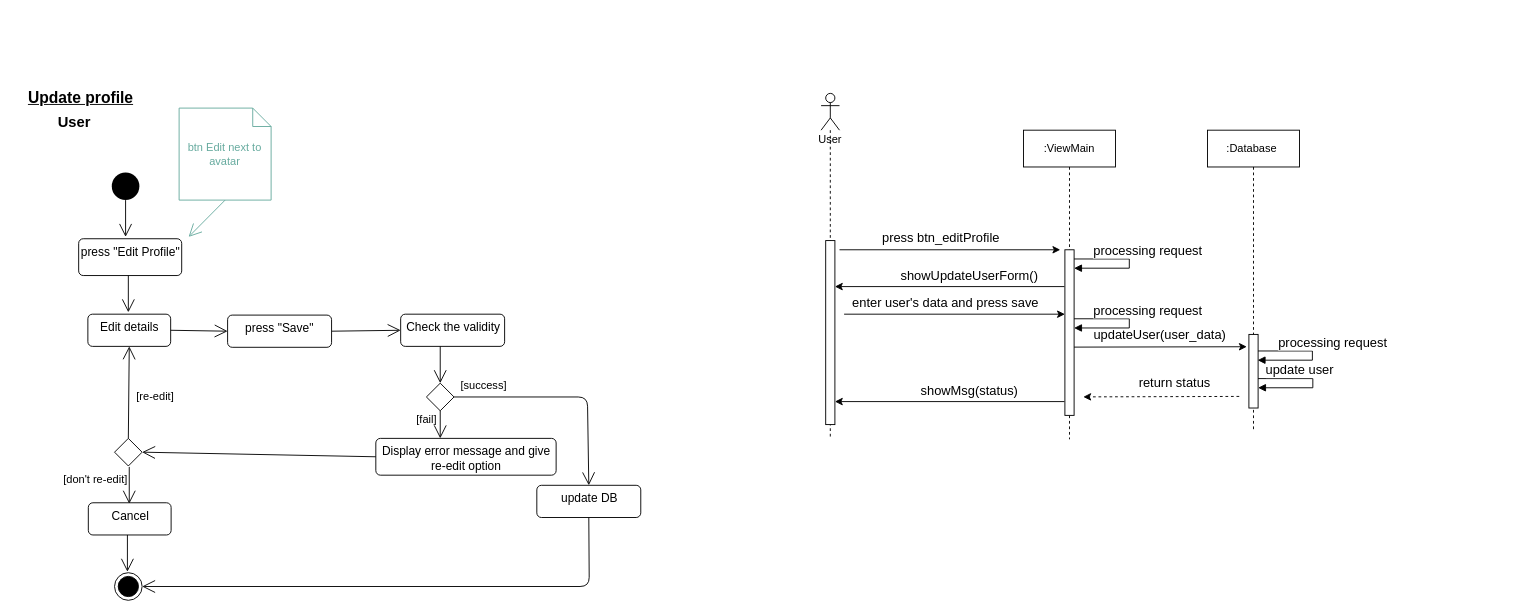
Above: page "update user" (7 of 8) of activity_diagram.drawio in alsousha/projectFinish (draw.io), before the change. Source tidied: cells renumbered, new cells numbered last; positions are measured from the earlier drawing's top-left corner, leaving out a move shared by most shapes. Both pictures are drawn from the tidied source at 92%, with x=0, y=0 at pixel (16, 85).
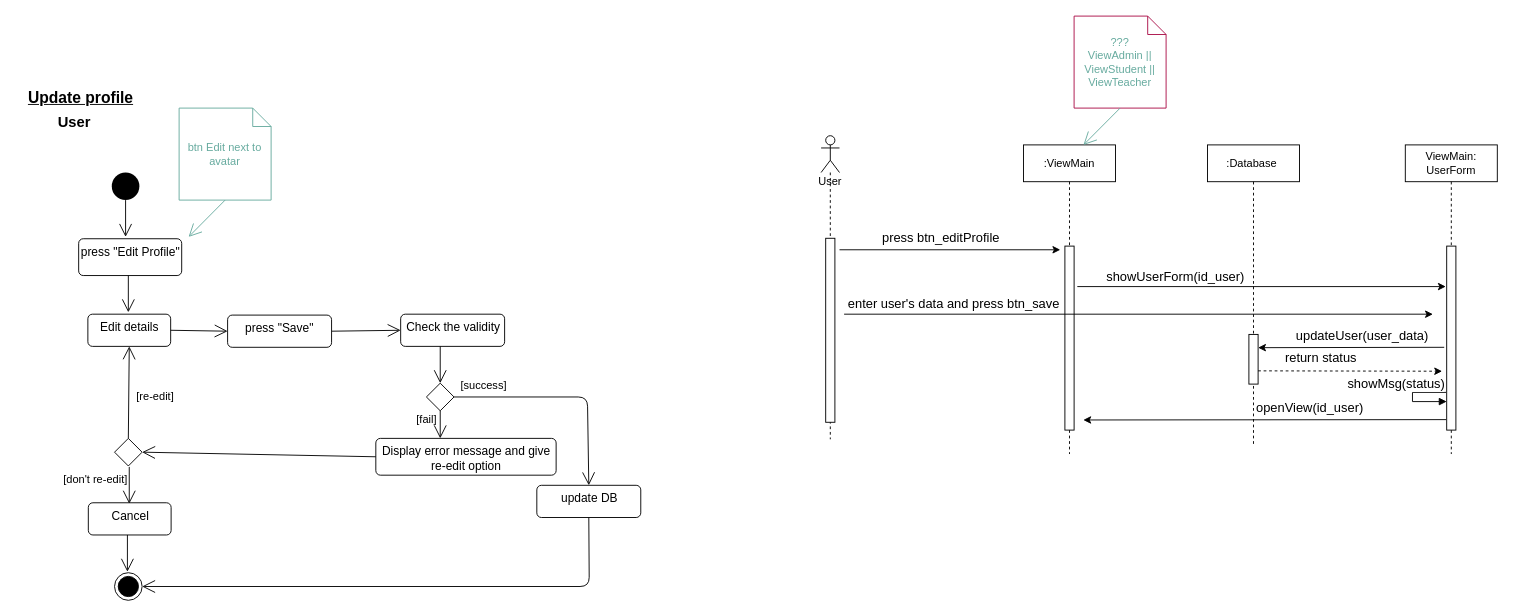
The same page after the edit.

The edit, as a diff of the source:
```diff
@@
     <mxCell id="33" value="User" style="shape=umlLifeline;participant=umlActor;perimeter=lifelinePerimeter;whiteSpace=wrap;html=1;verticalAlign=top;spacingTop=36;" parent="1" vertex="1">
-      <mxGeometry x="875" y="9" width="20" height="376" as="geometry" />
+      <mxGeometry x="875" y="55" width="20" height="330" as="geometry" />
     </mxCell>
     <mxCell id="34" style="html=1;perimeter=orthogonalPerimeter;" parent="33" vertex="1">
-      <mxGeometry x="5" y="160" width="10" height="200" as="geometry" />
+      <mxGeometry x="5" y="111.5" width="10" height="200" as="geometry" />
     </mxCell>
     <mxCell id="35" value=":ViewMain" style="shape=umlLifeline;perimeter=lifelinePerimeter;whiteSpace=wrap;html=1;" parent="1" vertex="1">
-      <mxGeometry x="1095" y="49" width="100" height="336" as="geometry" />
+      <mxGeometry x="1095" y="65" width="100" height="336" as="geometry" />
     </mxCell>
     <mxCell id="36" style="html=1;perimeter=orthogonalPerimeter;" parent="35" vertex="1">
-      <mxGeometry x="45" y="130" width="10" height="180" as="geometry" />
+      <mxGeometry x="45" y="110" width="10" height="200" as="geometry" />
     </mxCell>
     <mxCell id="37" value=":Database&amp;nbsp;" style="shape=umlLifeline;perimeter=lifelinePerimeter;whiteSpace=wrap;html=1;" parent="1" vertex="1">
-      <mxGeometry x="1295" y="49" width="100" height="326" as="geometry" />
+      <mxGeometry x="1295" y="65" width="100" height="326" as="geometry" />
     </mxCell>
     <mxCell id="38" style="endArrow=classic;html=1;" parent="1" edge="1">
       <mxGeometry relative="1" as="geometry">
-        <mxPoint x="1139.5" y="219" as="sourcePoint" />
-        <mxPoint x="890" y="219" as="targetPoint" />
+        <mxPoint x="1153.5" y="219" as="sourcePoint" />
+        <mxPoint x="1554" y="219" as="targetPoint" />
       </mxGeometry>
     </mxCell>
-    <mxCell id="39" value="&lt;font style=&quot;font-size: 14px&quot;&gt;showUpdateUserForm()&lt;/font&gt;" style="edgeLabel;html=1;align=center;verticalAlign=middle;" parent="38" vertex="1">
+    <mxCell id="39" value="&lt;font style=&quot;font-size: 14px&quot;&gt;showUserForm(id_user)&lt;/font&gt;" style="edgeLabel;html=1;align=center;verticalAlign=middle;" parent="38" vertex="1">
       <mxGeometry x="-0.38" y="6" relative="1" as="geometry">
-        <mxPoint x="-27.5" y="-19" as="offset" />
+        <mxPoint x="-18.5" y="-6" as="offset" />
       </mxGeometry>
     </mxCell>
@@
-    <mxCell id="42" style="edgeStyle=orthogonalEdgeStyle;html=1;align=left;spacingLeft=2;endArrow=block;rounded=0;strokeColor=#000000;" parent="1" edge="1">
-      <mxGeometry x="-0.11" y="66" relative="1" as="geometry">
-        <mxPoint x="1150" y="189" as="sourcePoint" />
-        <mxPoint x="1150" y="199" as="targetPoint" />
-        <Array as="points">
-          <mxPoint x="1210" y="189" />
-          <mxPoint x="1210" y="199" />
-          <mxPoint x="1156" y="199" />
-        </Array>
-        <mxPoint x="-27" y="-53" as="offset" />
-      </mxGeometry>
-    </mxCell>
-    <mxCell id="43" value="&lt;font style=&quot;font-size: 14px&quot;&gt;processing request&lt;/font&gt;" style="edgeLabel;html=1;align=center;verticalAlign=middle;" parent="42" vertex="1">
-      <mxGeometry x="-0.39" y="2" relative="1" as="geometry">
-        <mxPoint x="39.2" y="-8" as="offset" />
-      </mxGeometry>
-    </mxCell>
     <mxCell id="44" style="endArrow=classic;html=1;entryX=-0.233;entryY=0.138;entryDx=0;entryDy=0;entryPerimeter=0;" parent="1" edge="1">
       <mxGeometry relative="1" as="geometry">
-        <mxPoint x="1150" y="284.8" as="sourcePoint" />
-        <mxPoint x="1337.7" y="284.4" as="targetPoint" />
+        <mxPoint x="1552.3" y="285" as="sourcePoint" />
+        <mxPoint x="1350" y="285.4" as="targetPoint" />
       </mxGeometry>
     </mxCell>
     <mxCell id="45" value="&lt;font style=&quot;font-size: 14px&quot;&gt;updateUser(user_data)&lt;/font&gt;" style="edgeLabel;html=1;align=center;verticalAlign=middle;" parent="44" vertex="1">
       <mxGeometry x="-0.38" y="6" relative="1" as="geometry">
-        <mxPoint x="35" y="-8.5" as="offset" />
+        <mxPoint x="-26.7" y="-19.1" as="offset" />
       </mxGeometry>
     </mxCell>
-    <mxCell id="46" style="edgeStyle=orthogonalEdgeStyle;html=1;align=left;spacingLeft=2;endArrow=block;rounded=0;strokeColor=#000000;" parent="1" edge="1">
-      <mxGeometry x="-0.11" y="66" relative="1" as="geometry">
-        <mxPoint x="1349.5" y="289" as="sourcePoint" />
-        <mxPoint x="1349.5" y="299" as="targetPoint" />
-        <Array as="points">
-          <mxPoint x="1409" y="289" />
-          <mxPoint x="1409" y="299" />
-        </Array>
-        <mxPoint x="-27" y="-53" as="offset" />
-      </mxGeometry>
-    </mxCell>
-    <mxCell id="47" value="&lt;font style=&quot;font-size: 14px&quot;&gt;processing request&lt;/font&gt;" style="edgeLabel;html=1;align=center;verticalAlign=middle;" parent="46" vertex="1">
-      <mxGeometry x="-0.39" y="2" relative="1" as="geometry">
-        <mxPoint x="42.2" y="-8" as="offset" />
-      </mxGeometry>
-    </mxCell>
     <mxCell id="48" style="html=1;perimeter=orthogonalPerimeter;" parent="1" vertex="1">
-      <mxGeometry x="1340" y="271" width="10" height="80" as="geometry" />
+      <mxGeometry x="1340" y="271" width="10" height="54" as="geometry" />
     </mxCell>
     <mxCell id="49" style="endArrow=classic;html=1;" parent="1" edge="1">
       <mxGeometry relative="1" as="geometry">
-        <mxPoint x="1139.5" y="344" as="sourcePoint" />
-        <mxPoint x="890" y="344" as="targetPoint" />
+        <mxPoint x="1554.5" y="363.6" as="sourcePoint" />
+        <mxPoint x="1160" y="364" as="targetPoint" />
       </mxGeometry>
     </mxCell>
-    <mxCell id="50" value="&lt;font style=&quot;font-size: 14px&quot;&gt;showMsg(status)&lt;/font&gt;" style="edgeLabel;html=1;align=center;verticalAlign=middle;" parent="49" vertex="1">
+    <mxCell id="50" value="&lt;font style=&quot;font-size: 14px&quot;&gt;openView(id_user)&lt;/font&gt;" style="edgeLabel;html=1;align=center;verticalAlign=middle;" parent="49" vertex="1">
       <mxGeometry x="-0.38" y="6" relative="1" as="geometry">
         <mxPoint x="-27.5" y="-19" as="offset" />
       </mxGeometry>
     </mxCell>
     <mxCell id="51" style="endArrow=classic;html=1;" parent="1" edge="1">
       <mxGeometry relative="1" as="geometry">
         <mxPoint x="900" y="249" as="sourcePoint" />
-        <mxPoint x="1140" y="249" as="targetPoint" />
+        <mxPoint x="1540" y="249" as="targetPoint" />
       </mxGeometry>
     </mxCell>
-    <mxCell id="52" value="&lt;span style=&quot;font-size: 14px&quot;&gt;enter user's data and press save&lt;/span&gt;" style="edgeLabel;html=1;align=center;verticalAlign=middle;" parent="51" vertex="1">
+    <mxCell id="52" value="&lt;span style=&quot;font-size: 14px&quot;&gt;enter user's data and press btn_save&lt;/span&gt;" style="edgeLabel;html=1;align=center;verticalAlign=middle;" parent="51" vertex="1">
       <mxGeometry x="-0.38" y="6" relative="1" as="geometry">
-        <mxPoint x="35" y="-6.5" as="offset" />
+        <mxPoint x="-79.2" y="-6" as="offset" />
       </mxGeometry>
     </mxCell>
     <mxCell id="53" style="endArrow=classic;html=1;dashed=1;" parent="1" edge="1">
       <mxGeometry relative="1" as="geometry">
-        <mxPoint x="1329.5" y="338.4" as="sourcePoint" />
-        <mxPoint x="1160" y="338.9" as="targetPoint" />
+        <mxPoint x="1350" y="310.6" as="sourcePoint" />
+        <mxPoint x="1550" y="311" as="targetPoint" />
       </mxGeometry>
     </mxCell>
     <mxCell id="54" value="&lt;font style=&quot;font-size: 14px&quot;&gt;return status&amp;nbsp;&lt;/font&gt;" style="edgeLabel;html=1;align=center;verticalAlign=middle;" parent="53" vertex="1">
       <mxGeometry x="-0.38" y="6" relative="1" as="geometry">
-        <mxPoint x="-16.5" y="-21.4" as="offset" />
+        <mxPoint x="7.5" y="-8.7" as="offset" />
       </mxGeometry>
     </mxCell>
-    <mxCell id="55" style="edgeStyle=orthogonalEdgeStyle;html=1;align=left;spacingLeft=2;endArrow=block;rounded=0;strokeColor=#000000;" parent="1" edge="1">
-      <mxGeometry x="-0.11" y="66" relative="1" as="geometry">
-        <mxPoint x="1350" y="319" as="sourcePoint" />
-        <mxPoint x="1350" y="329" as="targetPoint" />
-        <Array as="points">
-          <mxPoint x="1409.5" y="319" />
-          <mxPoint x="1409.5" y="329" />
-        </Array>
-        <mxPoint x="-27" y="-53" as="offset" />
-      </mxGeometry>
-    </mxCell>
-    <mxCell id="56" value="&lt;span style=&quot;font-size: 14px&quot;&gt;update user&lt;/span&gt;" style="edgeLabel;html=1;align=center;verticalAlign=middle;" parent="55" vertex="1">
-      <mxGeometry x="-0.39" y="2" relative="1" as="geometry">
-        <mxPoint x="5" y="-8" as="offset" />
-      </mxGeometry>
-    </mxCell>
-    <mxCell id="57" style="edgeStyle=orthogonalEdgeStyle;html=1;align=left;spacingLeft=2;endArrow=block;rounded=0;strokeColor=#000000;" parent="1" edge="1">
-      <mxGeometry x="-0.11" y="66" relative="1" as="geometry">
-        <mxPoint x="1150" y="254" as="sourcePoint" />
-        <mxPoint x="1150" y="264" as="targetPoint" />
-        <Array as="points">
-          <mxPoint x="1210" y="254" />
-          <mxPoint x="1210" y="264" />
-        </Array>
-        <mxPoint x="-27" y="-53" as="offset" />
-      </mxGeometry>
-    </mxCell>
-    <mxCell id="58" value="&lt;font style=&quot;font-size: 14px&quot;&gt;processing request&lt;/font&gt;" style="edgeLabel;html=1;align=center;verticalAlign=middle;" parent="57" vertex="1">
-      <mxGeometry x="-0.39" y="2" relative="1" as="geometry">
-        <mxPoint x="39.2" y="-8" as="offset" />
-      </mxGeometry>
-    </mxCell>
+    <mxCell id="59" style="edgeStyle=orthogonalEdgeStyle;html=1;align=left;spacingLeft=2;endArrow=block;rounded=0;strokeColor=#000000;" parent="1" edge="1">
+      <mxGeometry x="-0.11" y="66" relative="1" as="geometry">
+        <mxPoint x="1554.5" y="334" as="sourcePoint" />
+        <mxPoint x="1555" y="344" as="targetPoint" />
+        <Array as="points">
+          <mxPoint x="1517.8" y="334" />
+          <mxPoint x="1517.8" y="344" />
+        </Array>
+        <mxPoint x="-27" y="-53" as="offset" />
+      </mxGeometry>
+    </mxCell>
+    <mxCell id="60" value="&lt;span style=&quot;font-size: 14px&quot;&gt;showMsg(status)&lt;/span&gt;" style="edgeLabel;html=1;align=center;verticalAlign=middle;" parent="59" vertex="1">
+      <mxGeometry x="-0.32" relative="1" as="geometry">
+        <mxPoint x="-26.2" y="-10" as="offset" />
+      </mxGeometry>
+    </mxCell>
+    <mxCell id="61" value="ViewMain:&lt;br&gt;UserForm" style="shape=umlLifeline;perimeter=lifelinePerimeter;whiteSpace=wrap;html=1;" parent="1" vertex="1">
+      <mxGeometry x="1510" y="65" width="100" height="336" as="geometry" />
+    </mxCell>
+    <mxCell id="62" style="html=1;perimeter=orthogonalPerimeter;" parent="61" vertex="1">
+      <mxGeometry x="45" y="110" width="10" height="200" as="geometry" />
+    </mxCell>
+    <mxCell id="63" value="&lt;font color=&quot;#67ab9f&quot;&gt;???&lt;br&gt;ViewAdmin ||&lt;br&gt;ViewStudent ||&lt;br&gt;ViewTeacher&lt;br&gt;&lt;/font&gt;" style="shape=note;size=20;whiteSpace=wrap;html=1;strokeColor=#AB0E47;" parent="1" vertex="1">
+      <mxGeometry x="1150" y="-75" width="100" height="100" as="geometry" />
+    </mxCell>
+    <mxCell id="64" style="endArrow=open;endFill=1;endSize=12;html=1;fontSize=17;exitX=0.5;exitY=1;exitDx=0;exitDy=0;entryX=0.75;entryY=0;entryDx=0;entryDy=0;exitPerimeter=0;strokeColor=#67AB9F;" parent="1" edge="1" source="63">
+      <mxGeometry relative="1" as="geometry">
+        <mxPoint x="1160.2" y="65" as="targetPoint" />
+      </mxGeometry>
+    </mxCell>
```
